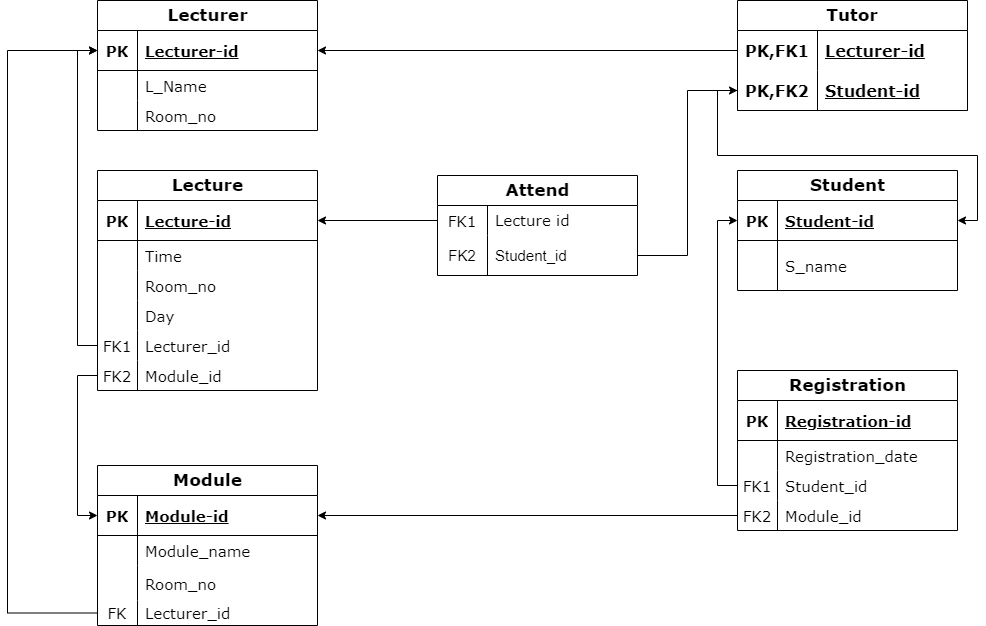
anysa-kharel/University-Management-System keeps this draw.io diagram as ER_and_schemas/Schema Diagram.drawio.png. Above is the earlier version. Source tidied: cells renumbered, new cells last; positions are measured from the earlier drawing's top-left corner, leaving out a move shared by most shapes.
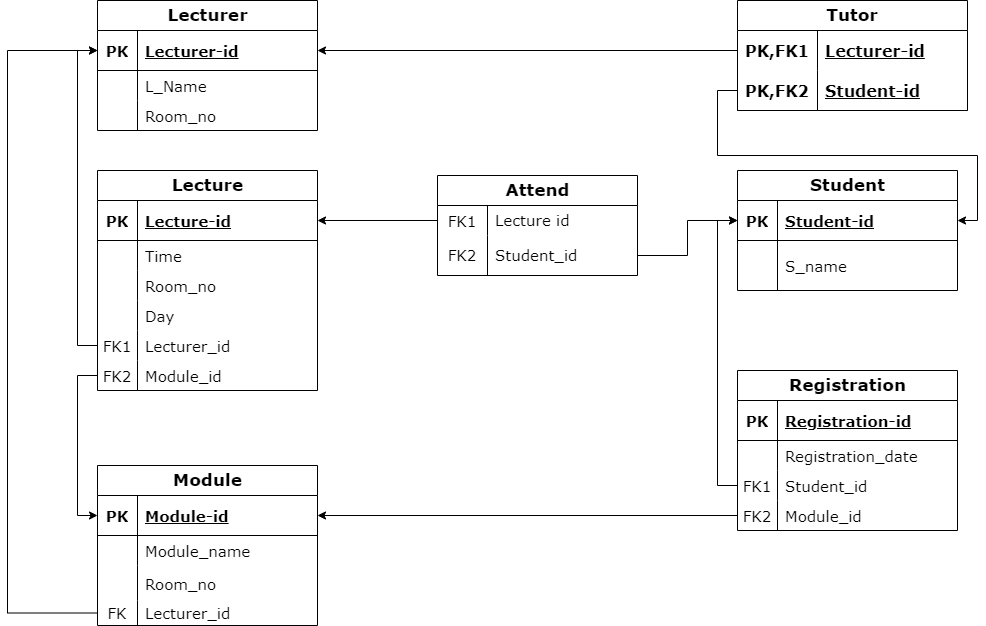
Later version of the same file.

The edit, as a diff of the source:
```diff
@@ -236,18 +236,15 @@
     <mxCell id="79" style="shape=tableRow;horizontal=0;startSize=0;swimlaneHead=0;swimlaneBody=0;fillColor=none;points=[[0,0.5],[1,0.5]];portConstraint=eastwest;top=0;left=0;right=0;bottom=0;" parent="75" vertex="1">
       <mxGeometry y="60" width="200" height="40" as="geometry" />
     </mxCell>
-    <mxCell id="80" value="&lt;font style=&quot;font-size: 15px;&quot;&gt;FK2&lt;/font&gt;" style="shape=partialRectangle;fillColor=none;top=0;left=0;bottom=0;right=0;overflow=hidden;whiteSpace=wrap;html=1;" parent="79" vertex="1">
+    <mxCell id="80" value="&lt;font face=&quot;Verdana&quot; style=&quot;font-size: 15px;&quot;&gt;FK2&lt;/font&gt;" style="shape=partialRectangle;fillColor=none;top=0;left=0;bottom=0;right=0;overflow=hidden;whiteSpace=wrap;html=1;" parent="79" vertex="1">
       <mxGeometry width="50" height="40" as="geometry" />
     </mxCell>
-    <mxCell id="81" value="Student_id" style="shape=partialRectangle;fillColor=none;top=0;left=0;bottom=0;right=0;align=left;spacingLeft=6;overflow=hidden;whiteSpace=wrap;html=1;fontSize=15;" parent="79" vertex="1">
+    <mxCell id="81" value="&lt;font face=&quot;Verdana&quot;&gt;Student_id&lt;/font&gt;" style="shape=partialRectangle;fillColor=none;top=0;left=0;bottom=0;right=0;align=left;spacingLeft=6;overflow=hidden;whiteSpace=wrap;html=1;fontSize=15;" parent="79" vertex="1">
       <mxGeometry x="50" width="150" height="40" as="geometry" />
     </mxCell>
     <mxCell id="82" style="edgeStyle=orthogonalEdgeStyle;rounded=0;jettySize=auto;html=1;entryX=1;entryY=0.5;entryDx=0;entryDy=0;" parent="1" edge="1" source="76" target="26">
       <mxGeometry relative="1" as="geometry" />
     </mxCell>
-    <mxCell id="83" style="edgeStyle=orthogonalEdgeStyle;rounded=0;jettySize=auto;html=1;entryX=0;entryY=0.5;entryDx=0;entryDy=0;" parent="1" edge="1" source="79" target="55">
-      <mxGeometry relative="1" as="geometry" />
-    </mxCell>
     <mxCell id="84" style="edgeStyle=orthogonalEdgeStyle;rounded=0;jettySize=auto;html=1;entryX=0;entryY=0.5;entryDx=0;entryDy=0;" parent="1" edge="1" source="38" target="3">
       <mxGeometry relative="1" as="geometry" />
     </mxCell>
@@ -262,5 +259,8 @@
     <mxCell id="86" style="edgeStyle=orthogonalEdgeStyle;rounded=0;jettySize=auto;html=1;entryX=0;entryY=0.5;entryDx=0;entryDy=0;" parent="1" edge="1" source="41" target="59">
       <mxGeometry relative="1" as="geometry" />
     </mxCell>
+    <mxCell id="87" style="edgeStyle=orthogonalEdgeStyle;rounded=0;jettySize=auto;html=1;entryX=0;entryY=0.5;entryDx=0;entryDy=0;" parent="1" edge="1" source="79" target="45">
+      <mxGeometry relative="1" as="geometry" />
+    </mxCell>
   </root>
 </mxGraphModel>
```
